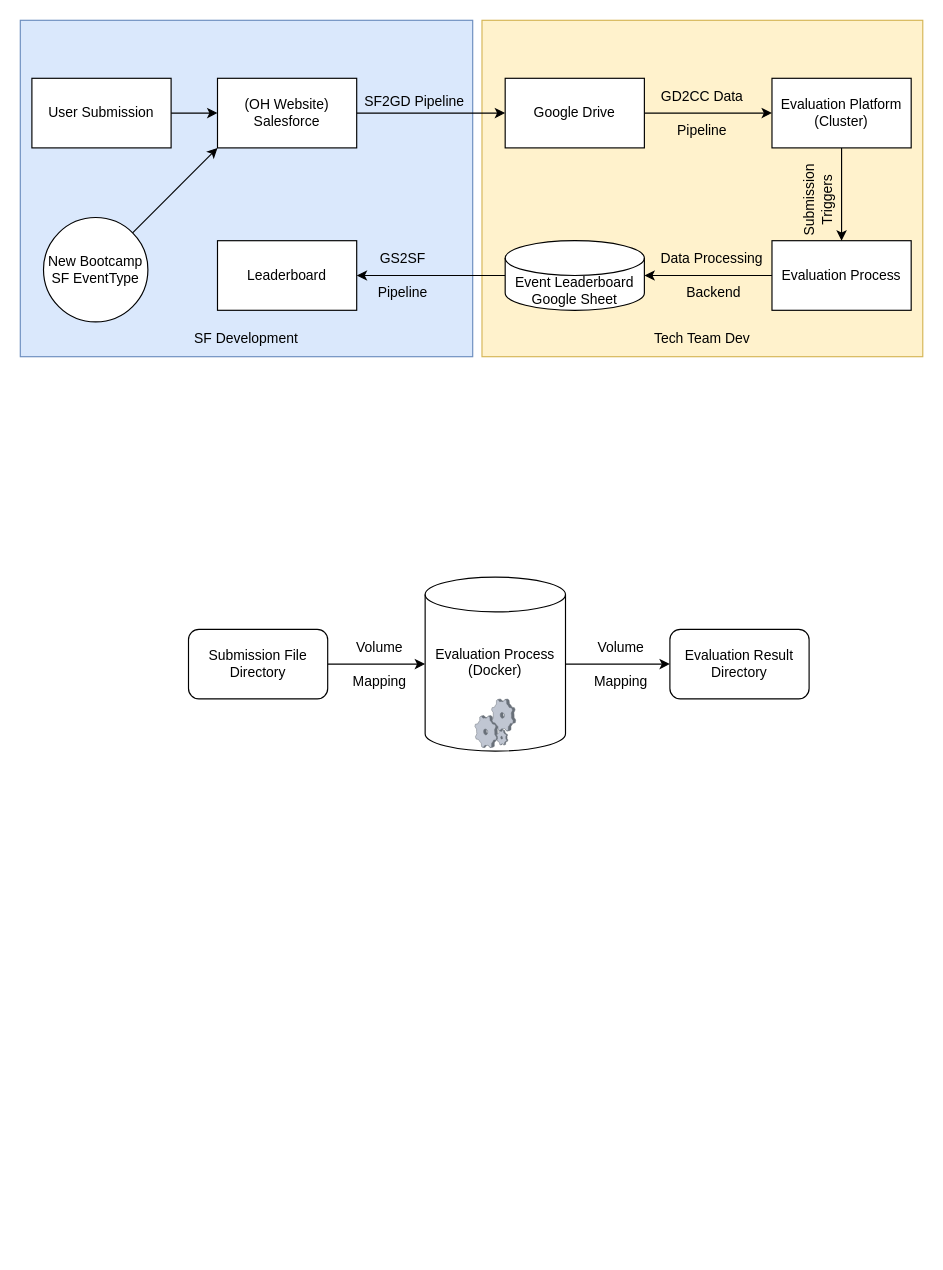
Before: SF_struct.drawio in boi-doingthings/congenial-octo-lamp, a draw.io diagram. Source tidied: cells renumbered, new cells numbered last; positions are measured from the earlier drawing's top-left corner, leaving out a move shared by most shapes. Both pictures are drawn from the tidied source at 116%, with x=0, y=0 at pixel (20, 20).
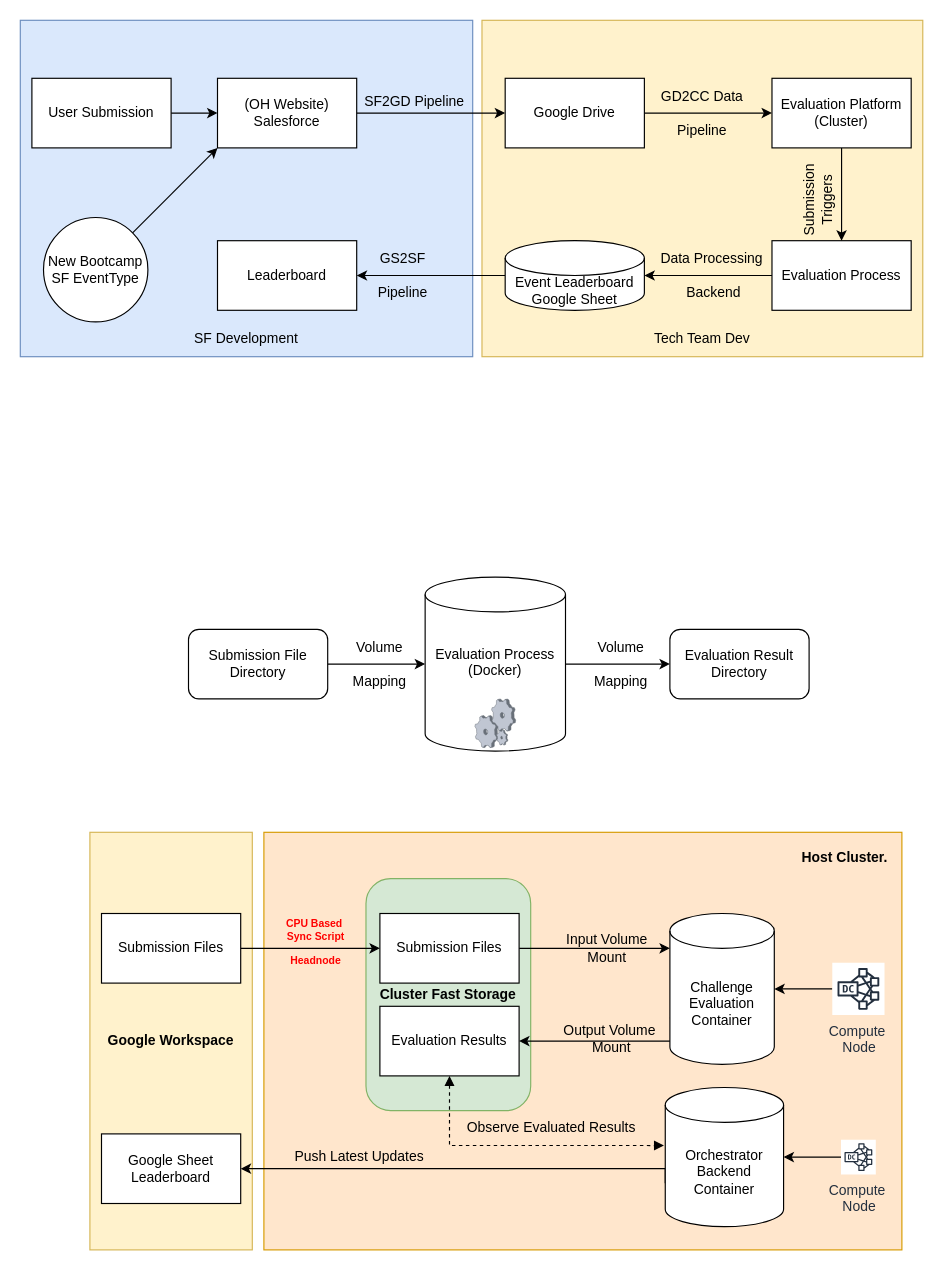
Above is the later version.

Diff of the diagram source:
```diff
@@
+    <mxCell id="34" value="&lt;b&gt;Google Workspace&lt;/b&gt;" style="rounded=0;whiteSpace=wrap;html=1;fillColor=#fff2cc;strokeColor=#d6b656;" parent="1" vertex="1">
+      <mxGeometry x="60" y="700" width="140" height="360" as="geometry" />
+    </mxCell>
+    <mxCell id="35" value="&lt;b&gt;Host Cluster.&amp;nbsp; &amp;nbsp;&lt;/b&gt;&lt;div&gt;&lt;b&gt;&lt;br&gt;&lt;/b&gt;&lt;/div&gt;&lt;div&gt;&lt;b&gt;&lt;br&gt;&lt;/b&gt;&lt;/div&gt;&lt;div&gt;&lt;b&gt;&lt;br&gt;&lt;/b&gt;&lt;/div&gt;&lt;div&gt;&lt;b&gt;&lt;br&gt;&lt;/b&gt;&lt;/div&gt;&lt;div&gt;&lt;b&gt;&lt;br&gt;&lt;/b&gt;&lt;/div&gt;&lt;div&gt;&lt;b&gt;&lt;br&gt;&lt;/b&gt;&lt;/div&gt;&lt;div&gt;&lt;b&gt;&lt;br&gt;&lt;/b&gt;&lt;/div&gt;&lt;div&gt;&lt;b&gt;&lt;br&gt;&lt;/b&gt;&lt;/div&gt;&lt;div&gt;&lt;b&gt;&lt;br&gt;&lt;/b&gt;&lt;/div&gt;&lt;div&gt;&lt;b&gt;&lt;br&gt;&lt;/b&gt;&lt;/div&gt;&lt;div&gt;&lt;b&gt;&lt;br&gt;&lt;/b&gt;&lt;/div&gt;&lt;div&gt;&lt;b&gt;&lt;br&gt;&lt;/b&gt;&lt;/div&gt;&lt;div&gt;&lt;b&gt;&lt;br&gt;&lt;/b&gt;&lt;/div&gt;&lt;div&gt;&lt;b&gt;&lt;br&gt;&lt;/b&gt;&lt;/div&gt;&lt;div&gt;&lt;b&gt;&lt;br&gt;&lt;/b&gt;&lt;/div&gt;&lt;div&gt;&lt;b&gt;&lt;br&gt;&lt;/b&gt;&lt;/div&gt;&lt;div&gt;&lt;b&gt;&lt;br&gt;&lt;/b&gt;&lt;/div&gt;&lt;div&gt;&lt;b&gt;&lt;br&gt;&lt;/b&gt;&lt;/div&gt;&lt;div&gt;&lt;b&gt;&lt;br&gt;&lt;/b&gt;&lt;/div&gt;&lt;div&gt;&lt;b&gt;&lt;br&gt;&lt;/b&gt;&lt;/div&gt;&lt;div&gt;&lt;b&gt;&lt;br&gt;&lt;/b&gt;&lt;/div&gt;&lt;div&gt;&lt;b&gt;&amp;nbsp;&lt;/b&gt;&lt;/div&gt;" style="rounded=0;whiteSpace=wrap;html=1;fillColor=#ffe6cc;strokeColor=#d79b00;align=right;" parent="1" vertex="1">
+      <mxGeometry x="210" y="700" width="550" height="360" as="geometry" />
+    </mxCell>
+    <mxCell id="36" value="&lt;b&gt;Cluster Fast Storage&lt;/b&gt;" style="rounded=1;whiteSpace=wrap;html=1;fillColor=#d5e8d4;strokeColor=#82b366;" parent="1" vertex="1">
+      <mxGeometry x="298" y="740" width="142" height="200" as="geometry" />
+    </mxCell>
@@
+    <mxCell id="37" style="edgeStyle=orthogonalEdgeStyle;rounded=0;jettySize=auto;html=1;" parent="1" edge="1" source="38" target="40">
+      <mxGeometry relative="1" as="geometry" />
+    </mxCell>
+    <mxCell id="38" value="Submission Files" style="rounded=0;whiteSpace=wrap;html=1;" parent="1" vertex="1">
+      <mxGeometry x="70" y="770" width="120" height="60" as="geometry" />
+    </mxCell>
+    <mxCell id="39" style="edgeStyle=orthogonalEdgeStyle;rounded=0;jettySize=auto;html=1;" parent="1" edge="1" source="40" target="47">
+      <mxGeometry relative="1" as="geometry">
+        <Array as="points">
+          <mxPoint x="480" y="800" />
+          <mxPoint x="480" y="800" />
+        </Array>
+      </mxGeometry>
+    </mxCell>
+    <mxCell id="40" value="Submission Files" style="rounded=0;whiteSpace=wrap;html=1;" parent="1" vertex="1">
+      <mxGeometry x="310" y="770" width="120" height="60" as="geometry" />
+    </mxCell>
+    <mxCell id="41" value="Evaluation Results" style="rounded=0;whiteSpace=wrap;html=1;" parent="1" vertex="1">
+      <mxGeometry x="310" y="850" width="120" height="60" as="geometry" />
+    </mxCell>
+    <mxCell id="42" style="edgeStyle=orthogonalEdgeStyle;rounded=0;jettySize=auto;html=1;exitX=0;exitY=0;exitDx=0;exitDy=82.5;exitPerimeter=0;entryX=1;entryY=0.5;entryDx=0;entryDy=0;" parent="1" edge="1" source="43" target="45">
+      <mxGeometry relative="1" as="geometry">
+        <Array as="points">
+          <mxPoint x="556" y="990" />
+        </Array>
+      </mxGeometry>
+    </mxCell>
+    <mxCell id="43" value="&lt;div&gt;Orchestrator&lt;/div&gt;&lt;div&gt;Backend Container&lt;/div&gt;" style="shape=cylinder3;whiteSpace=wrap;html=1;boundedLbl=1;backgroundOutline=1;size=15;" parent="1" vertex="1">
+      <mxGeometry x="556" y="920" width="102" height="120" as="geometry" />
+    </mxCell>
+    <mxCell id="44" style="edgeStyle=orthogonalEdgeStyle;rounded=0;jettySize=auto;html=1;exitX=0.5;exitY=1;exitDx=0;exitDy=0;entryX=-0.011;entryY=0.417;entryDx=0;entryDy=0;entryPerimeter=0;curved=0;endArrow=block;endFill=1;startArrow=block;startFill=1;dashed=1;" parent="1" edge="1" source="41" target="43">
+      <mxGeometry relative="1" as="geometry">
+        <Array as="points">
+          <mxPoint x="370" y="970" />
+        </Array>
+      </mxGeometry>
+    </mxCell>
+    <mxCell id="45" value="Google Sheet Leaderboard" style="rounded=0;whiteSpace=wrap;html=1;" parent="1" vertex="1">
+      <mxGeometry x="70" y="960" width="120" height="60" as="geometry" />
+    </mxCell>
+    <mxCell id="46" style="edgeStyle=orthogonalEdgeStyle;rounded=0;jettySize=auto;html=1;exitX=0;exitY=0;exitDx=0;exitDy=90;exitPerimeter=0;entryX=1;entryY=0.5;entryDx=0;entryDy=0;" parent="1" edge="1" source="47" target="41">
+      <mxGeometry relative="1" as="geometry">
+        <Array as="points">
+          <mxPoint x="590" y="880" />
+        </Array>
+      </mxGeometry>
+    </mxCell>
+    <mxCell id="47" value="&lt;div&gt;Challenge Evaluation Container&lt;/div&gt;" style="shape=cylinder3;whiteSpace=wrap;html=1;boundedLbl=1;backgroundOutline=1;size=15;" parent="1" vertex="1">
+      <mxGeometry x="560" y="770" width="90" height="130" as="geometry" />
+    </mxCell>
+    <mxCell id="48" style="edgeStyle=orthogonalEdgeStyle;rounded=0;jettySize=auto;html=1;" parent="1" edge="1" source="49" target="47">
+      <mxGeometry relative="1" as="geometry" />
+    </mxCell>
+    <mxCell id="49" value="Compute&amp;nbsp;&lt;div&gt;Node&lt;/div&gt;" style="sketch=0;outlineConnect=0;fontColor=#232F3E;gradientColor=none;strokeColor=#232F3E;fillColor=#ffffff;dashed=0;verticalLabelPosition=bottom;verticalAlign=top;align=center;html=1;fontSize=12;fontStyle=0;shape=mxgraph.aws4.resourceIcon;resIcon=mxgraph.aws4.dense_compute_node;" parent="1" vertex="1">
+      <mxGeometry x="700" y="812.5" width="45" height="45" as="geometry" />
+    </mxCell>
+    <mxCell id="50" style="edgeStyle=orthogonalEdgeStyle;rounded=0;jettySize=auto;html=1;" parent="1" edge="1" source="51" target="43">
+      <mxGeometry relative="1" as="geometry" />
+    </mxCell>
+    <mxCell id="51" value="Compute&amp;nbsp;&lt;div&gt;Node&lt;/div&gt;" style="sketch=0;outlineConnect=0;fontColor=#232F3E;gradientColor=none;strokeColor=#232F3E;fillColor=#ffffff;dashed=0;verticalLabelPosition=bottom;verticalAlign=top;align=center;html=1;fontSize=12;fontStyle=0;shape=mxgraph.aws4.resourceIcon;resIcon=mxgraph.aws4.dense_compute_node;" parent="1" vertex="1">
+      <mxGeometry x="707.5" y="965" width="30" height="30" as="geometry" />
+    </mxCell>
+    <mxCell id="52" value="&lt;b&gt;&lt;font style=&quot;color: rgb(255, 0, 0);&quot;&gt;CPU Based&amp;nbsp;&lt;/font&gt;&lt;/b&gt;&lt;div&gt;&lt;b&gt;&lt;font style=&quot;color: rgb(255, 0, 0);&quot;&gt;Sync Script&lt;/font&gt;&lt;/b&gt;&lt;div&gt;&lt;br&gt;&lt;/div&gt;&lt;div&gt;&lt;b&gt;&lt;font style=&quot;color: rgb(255, 0, 0);&quot;&gt;Headnode&lt;/font&gt;&lt;/b&gt;&lt;/div&gt;&lt;/div&gt;" style="text;html=1;align=center;verticalAlign=middle;whiteSpace=wrap;rounded=0;fontSize=9;" parent="1" vertex="1">
+      <mxGeometry x="220" y="780" width="70" height="30" as="geometry" />
+    </mxCell>
+    <mxCell id="53" value="Input Volume&lt;div&gt;Mount&lt;/div&gt;" style="text;html=1;align=center;verticalAlign=middle;whiteSpace=wrap;rounded=0;" parent="1" vertex="1">
+      <mxGeometry x="456" y="785" width="100" height="30" as="geometry" />
+    </mxCell>
+    <mxCell id="54" value="Output Volume&lt;span style=&quot;background-color: transparent; color: light-dark(rgb(0, 0, 0), rgb(255, 255, 255));&quot;&gt;&amp;nbsp;&lt;/span&gt;&lt;div&gt;Mount&lt;/div&gt;" style="text;html=1;align=center;verticalAlign=middle;whiteSpace=wrap;rounded=0;" parent="1" vertex="1">
+      <mxGeometry x="460" y="863" width="100" height="30" as="geometry" />
+    </mxCell>
+    <mxCell id="55" value="Push Latest Updates" style="text;html=1;align=center;verticalAlign=middle;whiteSpace=wrap;rounded=0;" parent="1" vertex="1">
+      <mxGeometry x="225" y="965" width="135" height="30" as="geometry" />
+    </mxCell>
+    <mxCell id="56" value="Observe Evaluated Results" style="text;html=1;align=center;verticalAlign=middle;whiteSpace=wrap;rounded=0;" parent="1" vertex="1">
+      <mxGeometry x="378" y="940" width="160" height="30" as="geometry" />
+    </mxCell>
```
